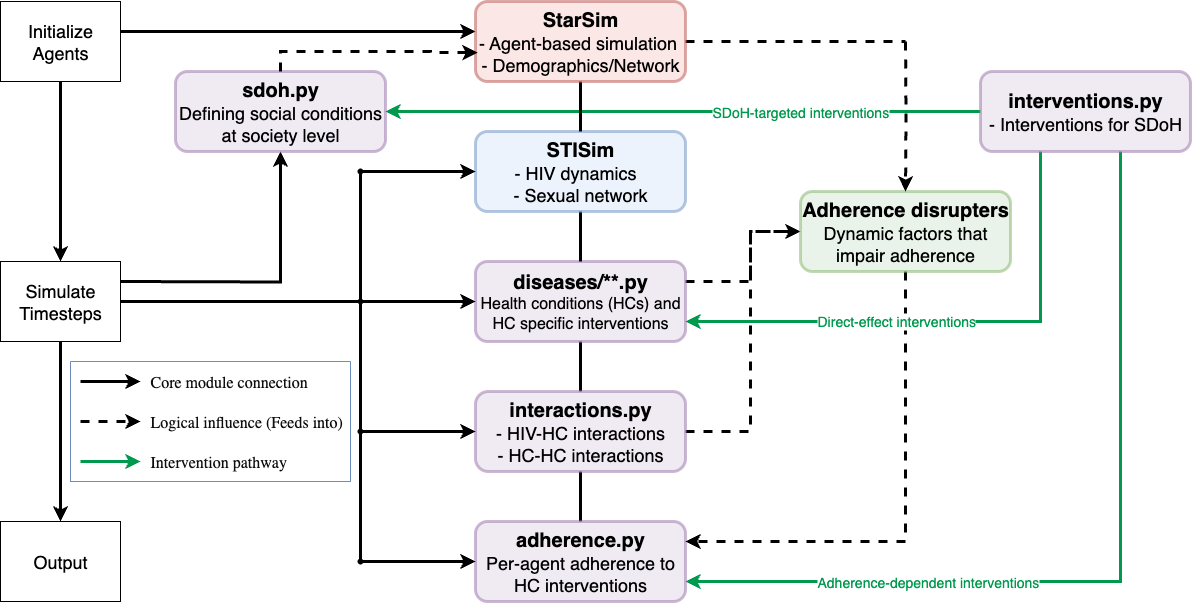
Above: docs/images/MIGHTI.png in starsimhub/mighti (draw.io), before the change. Source tidied: cells renumbered, new cells last; positions are measured from the earlier drawing's top-left corner, leaving out a move shared by most shapes. The source it was exported from:
```xml
<mxGraphModel background="#ffffff">
  <root>
    <mxCell id="0" />
    <mxCell id="1" parent="0" />
    <mxCell id="2" style="swimlane;startSize=0;strokeColor=#6c8ebf;fillColor=#dae8fc;" parent="1" vertex="1">
      <mxGeometry x="70" y="360" width="280" height="120" as="geometry" />
    </mxCell>
    <mxCell id="3" style="edgeStyle=orthogonalEdgeStyle;rounded=0;orthogonalLoop=1;jettySize=auto;html=1;entryX=0;entryY=0.5;entryDx=0;entryDy=0;strokeWidth=3;" parent="1" edge="1">
      <mxGeometry relative="1" as="geometry">
        <mxPoint x="120" y="30" as="sourcePoint" />
        <mxPoint x="475" y="30" as="targetPoint" />
      </mxGeometry>
    </mxCell>
    <mxCell id="4" value="Initialize Agents" style="rounded=0;whiteSpace=wrap;html=1;fontSize=18;" parent="1" vertex="1">
      <mxGeometry width="120" height="80" as="geometry" />
    </mxCell>
    <mxCell id="5" style="edgeStyle=orthogonalEdgeStyle;rounded=0;jettySize=auto;html=1;entryX=0.5;entryY=0;entryDx=0;entryDy=0;strokeWidth=3;" parent="1" edge="1" source="8" target="9">
      <mxGeometry relative="1" as="geometry" />
    </mxCell>
    <mxCell id="6" style="edgeStyle=orthogonalEdgeStyle;rounded=0;jettySize=auto;html=1;strokeWidth=3;entryX=0.5;entryY=1;entryDx=0;entryDy=0;" parent="1" edge="1" target="10">
      <mxGeometry relative="1" as="geometry">
        <mxPoint x="120" y="280" as="sourcePoint" />
      </mxGeometry>
    </mxCell>
    <mxCell id="7" style="edgeStyle=orthogonalEdgeStyle;rounded=0;jettySize=auto;html=1;endArrow=none;startFill=0;strokeWidth=3;" parent="1" edge="1" source="8" target="33">
      <mxGeometry relative="1" as="geometry" />
    </mxCell>
    <mxCell id="8" value="Simulate Timesteps" style="rounded=0;whiteSpace=wrap;html=1;fontSize=18;" parent="1" vertex="1">
      <mxGeometry y="260" width="120" height="80" as="geometry" />
    </mxCell>
    <mxCell id="9" value="Output" style="rounded=0;whiteSpace=wrap;html=1;fontSize=18;" parent="1" vertex="1">
      <mxGeometry y="520" width="120" height="80" as="geometry" />
    </mxCell>
    <mxCell id="10" value="&lt;div&gt;&lt;b&gt;&lt;font style=&quot;font-size: 20px;&quot;&gt;sdoh.py&lt;/font&gt;&lt;/b&gt;&lt;/div&gt;&lt;div&gt;&lt;font style=&quot;font-size: 18px;&quot;&gt;Defining social conditions at society level&lt;/font&gt;&lt;/div&gt;" style="rounded=1;whiteSpace=wrap;html=1;fillColor=#e1d5e7;strokeColor=#9673a6;strokeWidth=3;opacity=50;" parent="1" vertex="1">
      <mxGeometry x="175" y="70" width="210" height="80" as="geometry" />
    </mxCell>
    <mxCell id="11" style="edgeStyle=orthogonalEdgeStyle;rounded=0;jettySize=auto;html=1;strokeWidth=3;endArrow=none;endFill=0;" parent="1" edge="1" source="13" target="16">
      <mxGeometry relative="1" as="geometry" />
    </mxCell>
    <mxCell id="12" style="edgeStyle=orthogonalEdgeStyle;rounded=0;jettySize=auto;html=1;strokeWidth=3;dashed=1;entryX=0;entryY=0.5;entryDx=0;entryDy=0;" parent="1" edge="1" source="13" target="23">
      <mxGeometry relative="1" as="geometry">
        <Array as="points">
          <mxPoint x="750" y="280" />
          <mxPoint x="750" y="230" />
        </Array>
      </mxGeometry>
    </mxCell>
    <mxCell id="13" value="&lt;div&gt;&lt;span style=&quot;background-color: transparent; color: light-dark(rgb(0, 0, 0), rgb(255, 255, 255)); font-size: 20px;&quot;&gt;&lt;b&gt;diseases/**.py&lt;/b&gt;&lt;/span&gt;&lt;/div&gt;&lt;div&gt;&lt;span style=&quot;background-color: transparent; color: light-dark(rgb(0, 0, 0), rgb(255, 255, 255));&quot;&gt;&lt;font style=&quot;font-size: 16px;&quot;&gt;Health conditions (HCs) and HC specific interventions&lt;/font&gt;&lt;/span&gt;&lt;/div&gt;" style="rounded=1;whiteSpace=wrap;html=1;fillColor=#e1d5e7;strokeColor=#9673a6;strokeWidth=3;opacity=50;" parent="1" vertex="1">
      <mxGeometry x="475" y="260" width="210" height="80" as="geometry" />
    </mxCell>
    <mxCell id="14" style="edgeStyle=orthogonalEdgeStyle;rounded=0;jettySize=auto;html=1;strokeWidth=3;endArrow=none;endFill=0;" parent="1" edge="1" source="16" target="21">
      <mxGeometry relative="1" as="geometry" />
    </mxCell>
    <mxCell id="15" style="edgeStyle=orthogonalEdgeStyle;rounded=0;jettySize=auto;html=1;strokeWidth=3;dashed=1;" parent="1" edge="1" source="16">
      <mxGeometry relative="1" as="geometry">
        <mxPoint x="800" y="230" as="targetPoint" />
        <Array as="points">
          <mxPoint x="750" y="430" />
          <mxPoint x="750" y="230" />
        </Array>
      </mxGeometry>
    </mxCell>
    <mxCell id="16" value="&lt;div&gt;&lt;span style=&quot;font-size: 20px;&quot;&gt;&lt;b&gt;interactions.py&lt;/b&gt;&lt;/span&gt;&lt;/div&gt;&lt;div&gt;&lt;font style=&quot;font-size: 18px;&quot;&gt;- HIV-HC interactions&lt;/font&gt;&lt;/div&gt;&lt;div&gt;&lt;font style=&quot;font-size: 18px;&quot;&gt;- HC-HC interactions&lt;/font&gt;&lt;/div&gt;" style="rounded=1;whiteSpace=wrap;html=1;fillColor=#e1d5e7;strokeColor=#9673a6;strokeWidth=3;opacity=50;arcSize=16;" parent="1" vertex="1">
      <mxGeometry x="475" y="390" width="210" height="80" as="geometry" />
    </mxCell>
    <mxCell id="17" style="edgeStyle=orthogonalEdgeStyle;rounded=0;jettySize=auto;html=1;entryX=1;entryY=0.75;entryDx=0;entryDy=0;strokeWidth=3;strokeColor=#00994D;" parent="1" edge="1" source="20" target="21">
      <mxGeometry relative="1" as="geometry">
        <Array as="points">
          <mxPoint x="1120" y="580" />
        </Array>
      </mxGeometry>
    </mxCell>
    <mxCell id="18" style="edgeStyle=orthogonalEdgeStyle;rounded=0;jettySize=auto;html=1;entryX=1;entryY=0.75;entryDx=0;entryDy=0;strokeWidth=3;strokeColor=#00994D;" parent="1" edge="1" source="20" target="13">
      <mxGeometry relative="1" as="geometry">
        <Array as="points">
          <mxPoint x="1040" y="320" />
        </Array>
      </mxGeometry>
    </mxCell>
    <mxCell id="19" style="edgeStyle=orthogonalEdgeStyle;rounded=0;jettySize=auto;html=1;entryX=1;entryY=0.5;entryDx=0;entryDy=0;strokeWidth=3;strokeColor=#00994D;" parent="1" edge="1" source="20" target="10">
      <mxGeometry relative="1" as="geometry" />
    </mxCell>
    <mxCell id="20" value="&lt;div&gt;&lt;span style=&quot;font-size: 20px;&quot;&gt;&lt;b&gt;interventions.py&lt;/b&gt;&lt;/span&gt;&lt;/div&gt;&lt;div&gt;&lt;span style=&quot;font-size: 18px; background-color: transparent; color: light-dark(rgb(0, 0, 0), rgb(255, 255, 255));&quot;&gt;- Interventions for SDoH&lt;/span&gt;&lt;/div&gt;" style="rounded=1;whiteSpace=wrap;html=1;fillColor=#e1d5e7;strokeColor=#9673a6;strokeWidth=3;opacity=50;" parent="1" vertex="1">
      <mxGeometry x="980" y="70" width="210" height="80" as="geometry" />
    </mxCell>
    <mxCell id="21" value="&lt;div&gt;&lt;span style=&quot;font-size: 20px;&quot;&gt;&lt;b&gt;adherence.py&lt;/b&gt;&lt;/span&gt;&lt;/div&gt;&lt;div&gt;&lt;div&gt;&lt;span style=&quot;font-size: 18px;&quot;&gt;Per-agent adherence to HC interventions&lt;/span&gt;&lt;/div&gt;&lt;/div&gt;" style="rounded=1;whiteSpace=wrap;html=1;fillColor=#e1d5e7;strokeColor=#9673a6;strokeWidth=3;opacity=50;" parent="1" vertex="1">
      <mxGeometry x="475" y="520" width="210" height="80" as="geometry" />
    </mxCell>
    <mxCell id="22" style="edgeStyle=orthogonalEdgeStyle;rounded=0;jettySize=auto;html=1;entryX=1;entryY=0.25;entryDx=0;entryDy=0;strokeWidth=3;dashed=1;" parent="1" edge="1" source="23" target="21">
      <mxGeometry relative="1" as="geometry">
        <Array as="points">
          <mxPoint x="905" y="540" />
        </Array>
      </mxGeometry>
    </mxCell>
    <mxCell id="23" value="&lt;div&gt;&lt;span style=&quot;background-color: transparent; color: light-dark(rgb(0, 0, 0), rgb(255, 255, 255)); font-size: 20px;&quot;&gt;&lt;b&gt;Adherence disrupters&lt;/b&gt;&lt;/span&gt;&lt;/div&gt;&lt;div&gt;&lt;span style=&quot;font-size: 18px;&quot;&gt;Dynamic factors that impair adherence&lt;/span&gt;&lt;/div&gt;" style="rounded=1;whiteSpace=wrap;html=1;fillColor=#d5e8d4;strokeColor=#82b366;strokeWidth=3;opacity=50;" parent="1" vertex="1">
      <mxGeometry x="800" y="190" width="210" height="80" as="geometry" />
    </mxCell>
    <mxCell id="24" style="edgeStyle=orthogonalEdgeStyle;rounded=0;jettySize=auto;html=1;strokeWidth=3;endArrow=none;endFill=0;" parent="1" edge="1" source="25" target="13">
      <mxGeometry relative="1" as="geometry" />
    </mxCell>
    <mxCell id="25" value="&lt;div&gt;&lt;span style=&quot;background-color: transparent; color: light-dark(rgb(0, 0, 0), rgb(255, 255, 255)); font-size: 20px;&quot;&gt;&lt;b&gt;STISim&lt;/b&gt;&lt;/span&gt;&lt;/div&gt;&lt;div&gt;&lt;div&gt;&lt;span style=&quot;font-size: 18px;&quot;&gt;- HIV dynamics&amp;nbsp;&amp;nbsp;&lt;/span&gt;&lt;/div&gt;&lt;div&gt;&lt;span style=&quot;font-size: 18px;&quot;&gt;- Sexual network&lt;/span&gt;&lt;/div&gt;&lt;/div&gt;" style="rounded=1;whiteSpace=wrap;html=1;fillColor=#dae8fc;strokeColor=#6c8ebf;strokeWidth=3;opacity=50;" parent="1" vertex="1">
      <mxGeometry x="475" y="130" width="210" height="80" as="geometry" />
    </mxCell>
    <mxCell id="26" style="edgeStyle=orthogonalEdgeStyle;rounded=0;jettySize=auto;html=1;strokeWidth=3;shape=wire;dashed=1;endArrow=none;endFill=0;" parent="1" edge="1" source="28" target="25">
      <mxGeometry relative="1" as="geometry" />
    </mxCell>
    <mxCell id="27" style="edgeStyle=orthogonalEdgeStyle;rounded=0;jettySize=auto;html=1;endArrow=none;startFill=0;strokeWidth=3;dashed=1;" parent="1" edge="1" source="28">
      <mxGeometry relative="1" as="geometry">
        <mxPoint x="905" y="40" as="targetPoint" />
      </mxGeometry>
    </mxCell>
    <mxCell id="28" value="&lt;div&gt;&lt;span style=&quot;background-color: transparent; color: light-dark(rgb(0, 0, 0), rgb(255, 255, 255)); font-size: 20px;&quot;&gt;&lt;b&gt;StarSim&lt;/b&gt;&lt;/span&gt;&lt;/div&gt;&lt;div&gt;&lt;span style=&quot;font-size: 18px;&quot;&gt;- Agent-based simulation&amp;nbsp;&lt;/span&gt;&lt;/div&gt;&lt;div&gt;&lt;font style=&quot;font-size: 18px;&quot;&gt;- Demographic&lt;span style=&quot;background-color: transparent; color: light-dark(rgb(0, 0, 0), rgb(255, 255, 255));&quot;&gt;s/Network&lt;/span&gt;&lt;/font&gt;&lt;/div&gt;" style="rounded=1;whiteSpace=wrap;html=1;fillColor=#f8cecc;strokeColor=#b85450;strokeWidth=3;opacity=50;" parent="1" vertex="1">
      <mxGeometry x="475" width="210" height="80" as="geometry" />
    </mxCell>
    <mxCell id="29" style="edgeStyle=orthogonalEdgeStyle;rounded=0;jettySize=auto;html=1;entryX=0.5;entryY=0;entryDx=0;entryDy=0;strokeWidth=3;" parent="1" edge="1" source="4" target="8">
      <mxGeometry relative="1" as="geometry" />
    </mxCell>
    <mxCell id="30" style="edgeStyle=orthogonalEdgeStyle;rounded=0;jettySize=auto;html=1;strokeWidth=3;" parent="1" edge="1" source="33" target="13">
      <mxGeometry relative="1" as="geometry" />
    </mxCell>
    <mxCell id="31" style="edgeStyle=orthogonalEdgeStyle;rounded=0;jettySize=auto;html=1;endArrow=none;startFill=0;strokeWidth=3;" parent="1" edge="1" source="33" target="35">
      <mxGeometry relative="1" as="geometry" />
    </mxCell>
    <mxCell id="32" style="edgeStyle=orthogonalEdgeStyle;rounded=0;jettySize=auto;html=1;endArrow=none;startFill=0;strokeWidth=3;" parent="1" edge="1" source="33" target="38">
      <mxGeometry relative="1" as="geometry" />
    </mxCell>
    <mxCell id="33" style="shape=waypoint;sketch=0;size=6;points=[];fillColor=default;perimeter=centerPerimeter;snapToPoint=1;fontSize=18;rounded=0;" parent="1" vertex="1">
      <mxGeometry x="350" y="290" width="20" height="20" as="geometry" />
    </mxCell>
    <mxCell id="34" style="edgeStyle=orthogonalEdgeStyle;rounded=0;jettySize=auto;html=1;strokeWidth=3;" parent="1" edge="1" source="35" target="25">
      <mxGeometry relative="1" as="geometry" />
    </mxCell>
    <mxCell id="35" style="shape=waypoint;sketch=0;size=6;points=[];fillColor=default;perimeter=centerPerimeter;snapToPoint=1;fontSize=18;rounded=0;" parent="1" vertex="1">
      <mxGeometry x="350" y="160" width="20" height="20" as="geometry" />
    </mxCell>
    <mxCell id="36" style="edgeStyle=orthogonalEdgeStyle;rounded=0;jettySize=auto;html=1;endArrow=none;startFill=0;strokeWidth=3;" parent="1" edge="1" source="38" target="40">
      <mxGeometry relative="1" as="geometry" />
    </mxCell>
    <mxCell id="37" style="edgeStyle=orthogonalEdgeStyle;rounded=0;jettySize=auto;html=1;strokeWidth=3;" parent="1" edge="1" source="38" target="16">
      <mxGeometry relative="1" as="geometry" />
    </mxCell>
    <mxCell id="38" style="shape=waypoint;sketch=0;size=6;points=[];fillColor=default;perimeter=centerPerimeter;snapToPoint=1;fontSize=18;rounded=0;" parent="1" vertex="1">
      <mxGeometry x="350" y="420" width="20" height="20" as="geometry" />
    </mxCell>
    <mxCell id="39" style="edgeStyle=orthogonalEdgeStyle;rounded=0;jettySize=auto;html=1;strokeWidth=3;" parent="1" edge="1" source="40" target="21">
      <mxGeometry relative="1" as="geometry" />
    </mxCell>
    <mxCell id="40" style="shape=waypoint;sketch=0;size=6;points=[];fillColor=default;perimeter=centerPerimeter;snapToPoint=1;fontSize=18;rounded=0;" parent="1" vertex="1">
      <mxGeometry x="350" y="550" width="20" height="20" as="geometry" />
    </mxCell>
    <mxCell id="41" style="edgeStyle=orthogonalEdgeStyle;rounded=0;jettySize=auto;html=1;entryX=0.5;entryY=0;entryDx=0;entryDy=0;exitX=0.2;exitY=0.35;exitDx=0;exitDy=0;exitPerimeter=0;strokeWidth=3;dashed=1;" parent="1" edge="1" target="23">
      <mxGeometry relative="1" as="geometry">
        <mxPoint x="905" y="40" as="sourcePoint" />
      </mxGeometry>
    </mxCell>
    <mxCell id="42" value="&lt;font style=&quot;color: rgb(0, 153, 77);&quot;&gt;SDoH-targeted interventions&lt;/font&gt;" style="text;whiteSpace=wrap;html=1;labelBackgroundColor=default;fontColor=#9933FF;fontSize=14;" parent="1" vertex="1">
      <mxGeometry x="710" y="96" width="180" height="20" as="geometry" />
    </mxCell>
    <mxCell id="43" value="&lt;font style=&quot;color: rgb(0, 153, 77);&quot;&gt;Direct-effect interventions&lt;/font&gt;" style="text;whiteSpace=wrap;html=1;labelBackgroundColor=default;fontColor=#9933FF;fontSize=14;" parent="1" vertex="1">
      <mxGeometry x="815" y="305" width="180" height="20" as="geometry" />
    </mxCell>
    <mxCell id="44" value="&lt;font style=&quot;color: rgb(0, 153, 77);&quot;&gt;Adherence-dependent interventions&lt;/font&gt;" style="text;whiteSpace=wrap;html=1;labelBackgroundColor=default;fontColor=#9933FF;fontSize=14;" parent="1" vertex="1">
      <mxGeometry x="815" y="566" width="230" height="20" as="geometry" />
    </mxCell>
    <mxCell id="45" style="edgeStyle=orthogonalEdgeStyle;rounded=0;jettySize=auto;html=1;entryX=0.01;entryY=0.638;entryDx=0;entryDy=0;entryPerimeter=0;exitX=0.5;exitY=0;exitDx=0;exitDy=0;strokeWidth=3;dashed=1;" parent="1" edge="1" source="10" target="28">
      <mxGeometry relative="1" as="geometry" />
    </mxCell>
    <mxCell id="46" style="edgeStyle=orthogonalEdgeStyle;rounded=0;orthogonalLoop=1;jettySize=auto;html=1;strokeWidth=3;" parent="1" edge="1">
      <mxGeometry relative="1" as="geometry">
        <mxPoint x="80" y="380" as="sourcePoint" />
        <mxPoint x="140" y="380" as="targetPoint" />
      </mxGeometry>
    </mxCell>
    <mxCell id="47" style="endArrow=classic;html=1;rounded=0;strokeWidth=3;dashed=1;" parent="1" edge="1">
      <mxGeometry relative="1" as="geometry">
        <mxPoint x="80" y="420" as="sourcePoint" />
        <mxPoint x="140" y="420" as="targetPoint" />
      </mxGeometry>
    </mxCell>
    <mxCell id="48" value="&lt;blockquote style=&quot;margin: 0px 0px 0px 15px; font-style: normal; font-variant: normal; font-size-adjust: none; font-kerning: auto; font-optical-sizing: auto; font-feature-settings: normal; font-variation-settings: normal; font-weight: normal; font-stretch: normal; line-height: normal; font-family: &amp;quot;.AppleSystemUIFont&amp;quot;; color: rgb(14, 14, 14);&quot;&gt;&lt;font style=&quot;font-size: 16px;&quot;&gt;Core module connection&lt;/font&gt;&lt;/blockquote&gt;" style="text;whiteSpace=wrap;html=1;" parent="1" vertex="1">
      <mxGeometry x="133" y="365" width="190" height="40" as="geometry" />
    </mxCell>
    <mxCell id="49" value="&lt;blockquote style=&quot;margin: 0px 0px 0px 15px; font-style: normal; font-variant: normal; font-size-adjust: none; font-kerning: auto; font-optical-sizing: auto; font-feature-settings: normal; font-variation-settings: normal; font-weight: normal; font-stretch: normal; line-height: normal; font-family: &amp;quot;.AppleSystemUIFont&amp;quot;; color: rgb(14, 14, 14);&quot;&gt;&lt;font style=&quot;font-size: 16px;&quot;&gt;Logical influence (Feeds into)&lt;/font&gt;&lt;/blockquote&gt;" style="text;whiteSpace=wrap;html=1;" parent="1" vertex="1">
      <mxGeometry x="133" y="405" width="227" height="40" as="geometry" />
    </mxCell>
    <mxCell id="50" style="edgeStyle=orthogonalEdgeStyle;rounded=0;orthogonalLoop=1;jettySize=auto;html=1;strokeWidth=3;fontColor=#00994D;strokeColor=#00994D;" parent="1" edge="1">
      <mxGeometry relative="1" as="geometry">
        <mxPoint x="80" y="460" as="sourcePoint" />
        <mxPoint x="140" y="460" as="targetPoint" />
      </mxGeometry>
    </mxCell>
    <mxCell id="51" value="&lt;blockquote style=&quot;margin: 0px 0px 0px 15px; font-style: normal; font-variant: normal; font-size-adjust: none; font-kerning: auto; font-optical-sizing: auto; font-feature-settings: normal; font-variation-settings: normal; font-weight: normal; font-stretch: normal; line-height: normal; font-family: &amp;quot;.AppleSystemUIFont&amp;quot;; color: rgb(14, 14, 14);&quot;&gt;&lt;font style=&quot;font-size: 16px;&quot;&gt;Intervention pathway&lt;/font&gt;&lt;/blockquote&gt;" style="text;whiteSpace=wrap;html=1;" parent="1" vertex="1">
      <mxGeometry x="133" y="445" width="190" height="40" as="geometry" />
    </mxCell>
  </root>
</mxGraphModel>
```
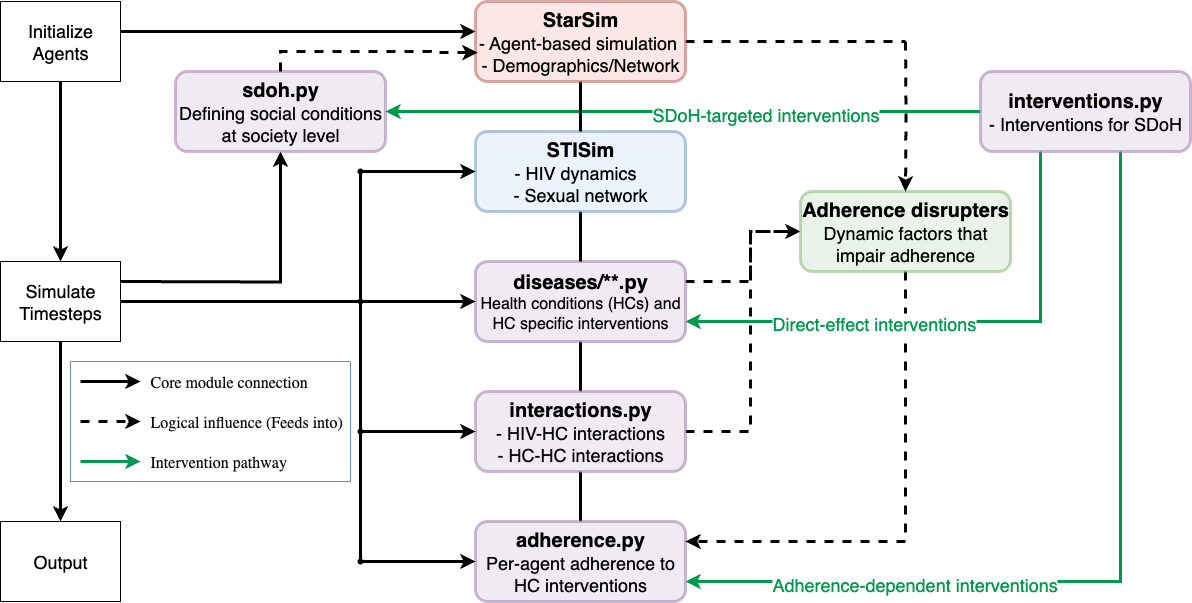
After the change.

Diff of the diagram source:
```diff
@@ -154,14 +154,14 @@
         <mxPoint x="905" y="40" as="sourcePoint" />
       </mxGeometry>
     </mxCell>
-    <mxCell id="42" value="&lt;font style=&quot;color: rgb(0, 153, 77);&quot;&gt;SDoH-targeted interventions&lt;/font&gt;" style="text;whiteSpace=wrap;html=1;labelBackgroundColor=default;fontColor=#9933FF;fontSize=14;" parent="1" vertex="1">
-      <mxGeometry x="710" y="96" width="180" height="20" as="geometry" />
+    <mxCell id="42" value="&lt;font style=&quot;color: rgb(0, 153, 77);&quot;&gt;SDoH-targeted interventions&lt;/font&gt;" style="text;whiteSpace=wrap;html=1;labelBackgroundColor=default;fontColor=#9933FF;fontSize=18;" parent="1" vertex="1">
+      <mxGeometry x="650" y="96" width="240" height="20" as="geometry" />
     </mxCell>
-    <mxCell id="43" value="&lt;font style=&quot;color: rgb(0, 153, 77);&quot;&gt;Direct-effect interventions&lt;/font&gt;" style="text;whiteSpace=wrap;html=1;labelBackgroundColor=default;fontColor=#9933FF;fontSize=14;" parent="1" vertex="1">
-      <mxGeometry x="815" y="305" width="180" height="20" as="geometry" />
+    <mxCell id="43" value="&lt;font style=&quot;color: rgb(0, 153, 77);&quot;&gt;Direct-effect interventions&lt;/font&gt;" style="text;whiteSpace=wrap;html=1;labelBackgroundColor=default;fontColor=#9933FF;fontSize=18;" parent="1" vertex="1">
+      <mxGeometry x="770" y="305" width="225" height="20" as="geometry" />
     </mxCell>
-    <mxCell id="44" value="&lt;font style=&quot;color: rgb(0, 153, 77);&quot;&gt;Adherence-dependent interventions&lt;/font&gt;" style="text;whiteSpace=wrap;html=1;labelBackgroundColor=default;fontColor=#9933FF;fontSize=14;" parent="1" vertex="1">
-      <mxGeometry x="815" y="566" width="230" height="20" as="geometry" />
+    <mxCell id="44" value="&lt;font style=&quot;color: rgb(0, 153, 77);&quot;&gt;Adherence-dependent interventions&lt;/font&gt;" style="text;whiteSpace=wrap;html=1;labelBackgroundColor=default;fontColor=#9933FF;fontSize=18;" parent="1" vertex="1">
+      <mxGeometry x="770" y="566" width="295" height="20" as="geometry" />
     </mxCell>
     <mxCell id="45" style="edgeStyle=orthogonalEdgeStyle;rounded=0;jettySize=auto;html=1;entryX=0.01;entryY=0.638;entryDx=0;entryDy=0;entryPerimeter=0;exitX=0.5;exitY=0;exitDx=0;exitDy=0;strokeWidth=3;dashed=1;" parent="1" edge="1" source="10" target="28">
       <mxGeometry relative="1" as="geometry" />
```
